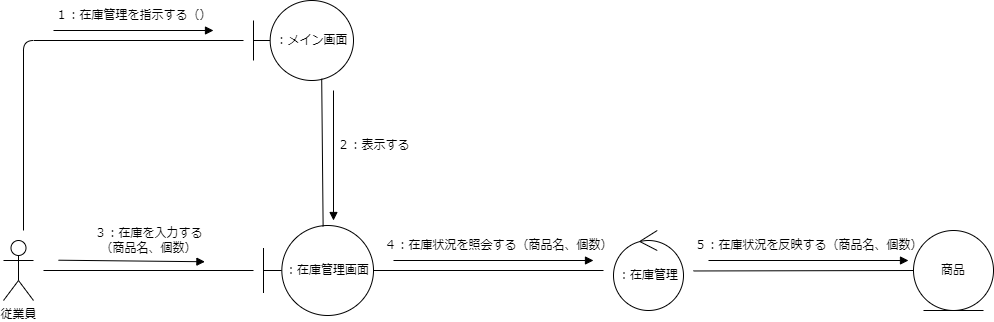
The draw.io diagram psp4/コミュニケーション図/コミュニケーション図_在庫管理.drawio.png in MasakiHiguchi/---, before a commit. Source tidied: cells renumbered, new cells last; positions are measured from the earlier drawing's top-left corner, leaving out a move shared by most shapes. Its diagram source:
```xml
<mxGraphModel>
  <root>
    <mxCell id="0" />
    <mxCell id="1" parent="0" />
    <mxCell id="2" style="edgeStyle=none;html=1;endArrow=none;endFill=0;" parent="1" edge="1">
      <mxGeometry relative="1" as="geometry">
        <mxPoint x="20" y="230" as="sourcePoint" />
        <mxPoint x="240" y="40" as="targetPoint" />
        <Array as="points">
          <mxPoint x="20" y="40" />
        </Array>
      </mxGeometry>
    </mxCell>
    <mxCell id="3" style="edgeStyle=none;html=1;endArrow=none;endFill=0;" parent="1" edge="1">
      <mxGeometry relative="1" as="geometry">
        <mxPoint x="40" y="270" as="sourcePoint" />
        <mxPoint x="250" y="270" as="targetPoint" />
      </mxGeometry>
    </mxCell>
    <mxCell id="4" value="従業員" style="shape=umlActor;verticalLabelPosition=bottom;verticalAlign=top;html=1;" parent="1" vertex="1">
      <mxGeometry y="240" width="30" height="60" as="geometry" />
    </mxCell>
    <mxCell id="5" value="：メイン画面" style="shape=umlBoundary;whiteSpace=wrap;html=1;" parent="1" vertex="1">
      <mxGeometry x="250" width="100" height="80" as="geometry" />
    </mxCell>
    <mxCell id="6" value="：在庫管理" style="ellipse;shape=umlControl;whiteSpace=wrap;html=1;" parent="1" vertex="1">
      <mxGeometry x="610" y="230" width="70" height="80" as="geometry" />
    </mxCell>
    <mxCell id="7" style="edgeStyle=none;html=1;exitX=0;exitY=0.5;exitDx=0;exitDy=0;endArrow=none;endFill=0;" parent="1" edge="1" source="8">
      <mxGeometry relative="1" as="geometry">
        <mxPoint x="690" y="270.5" as="targetPoint" />
      </mxGeometry>
    </mxCell>
    <mxCell id="8" value="商品" style="ellipse;shape=umlEntity;whiteSpace=wrap;html=1;" parent="1" vertex="1">
      <mxGeometry x="910" y="230" width="80" height="80" as="geometry" />
    </mxCell>
    <mxCell id="9" value="１：在庫管理を指示する（）" style="text;html=1;align=center;verticalAlign=middle;strokeColor=none;fillColor=none;" parent="1" vertex="1">
      <mxGeometry x="40" width="180" height="30" as="geometry" />
    </mxCell>
    <mxCell id="10" value="：在庫管理画面" style="shape=umlBoundary;whiteSpace=wrap;html=1;" parent="1" vertex="1">
      <mxGeometry x="260" y="225" width="110" height="90" as="geometry" />
    </mxCell>
    <mxCell id="11" style="edgeStyle=none;html=1;endArrow=none;endFill=0;exitX=0.682;exitY=0.977;exitDx=0;exitDy=0;exitPerimeter=0;entryX=0.542;entryY=0.012;entryDx=0;entryDy=0;entryPerimeter=0;" parent="1" edge="1" source="5" target="10">
      <mxGeometry relative="1" as="geometry" />
    </mxCell>
    <mxCell id="12" style="endArrow=block;html=1;endFill=1;" parent="1" edge="1">
      <mxGeometry relative="1" as="geometry">
        <mxPoint x="50" y="30" as="sourcePoint" />
        <mxPoint x="210" y="30" as="targetPoint" />
      </mxGeometry>
    </mxCell>
    <mxCell id="13" style="endArrow=block;html=1;endFill=1;" parent="1" edge="1">
      <mxGeometry relative="1" as="geometry">
        <mxPoint x="330" y="90" as="sourcePoint" />
        <mxPoint x="330" y="220" as="targetPoint" />
      </mxGeometry>
    </mxCell>
    <mxCell id="14" value="２：表示する" style="text;html=1;align=center;verticalAlign=middle;strokeColor=none;fillColor=none;" parent="1" vertex="1">
      <mxGeometry x="320" y="130" width="100" height="30" as="geometry" />
    </mxCell>
    <mxCell id="15" value="３：在庫を入力する&lt;br&gt;（商品名、個数）" style="text;html=1;align=center;verticalAlign=middle;points=[];strokeColor=none;fillColor=none;" parent="1" vertex="1">
      <mxGeometry x="80" y="220" width="130" height="40" as="geometry" />
    </mxCell>
    <mxCell id="16" style="endArrow=block;html=1;endFill=1;entryX=0.934;entryY=1.031;entryDx=0;entryDy=0;entryPerimeter=0;" parent="1" edge="1" target="15">
      <mxGeometry relative="1" as="geometry">
        <mxPoint x="55" y="259.7" as="sourcePoint" />
      </mxGeometry>
    </mxCell>
    <mxCell id="17" style="edgeStyle=none;html=1;endArrow=none;endFill=0;" parent="1" edge="1">
      <mxGeometry relative="1" as="geometry">
        <mxPoint x="370" y="270" as="sourcePoint" />
        <mxPoint x="600" y="270" as="targetPoint" />
      </mxGeometry>
    </mxCell>
    <mxCell id="18" style="endArrow=block;html=1;endFill=1;" parent="1" edge="1">
      <mxGeometry relative="1" as="geometry">
        <mxPoint x="390" y="260" as="sourcePoint" />
        <mxPoint x="590" y="260" as="targetPoint" />
      </mxGeometry>
    </mxCell>
    <mxCell id="19" value="４：在庫状況を照会する（商品名、個数）" style="text;html=1;align=center;verticalAlign=middle;strokeColor=none;fillColor=none;" parent="1" vertex="1">
      <mxGeometry x="370" y="230" width="250" height="30" as="geometry" />
    </mxCell>
    <mxCell id="20" value="５：在庫状況を反映する（商品名、個数）" style="text;html=1;align=center;verticalAlign=middle;strokeColor=none;fillColor=none;" parent="1" vertex="1">
      <mxGeometry x="680" y="230" width="250" height="30" as="geometry" />
    </mxCell>
    <mxCell id="21" style="endArrow=block;html=1;endFill=1;" parent="1" edge="1">
      <mxGeometry relative="1" as="geometry">
        <mxPoint x="705" y="260" as="sourcePoint" />
        <mxPoint x="905" y="260" as="targetPoint" />
      </mxGeometry>
    </mxCell>
  </root>
</mxGraphModel>
```
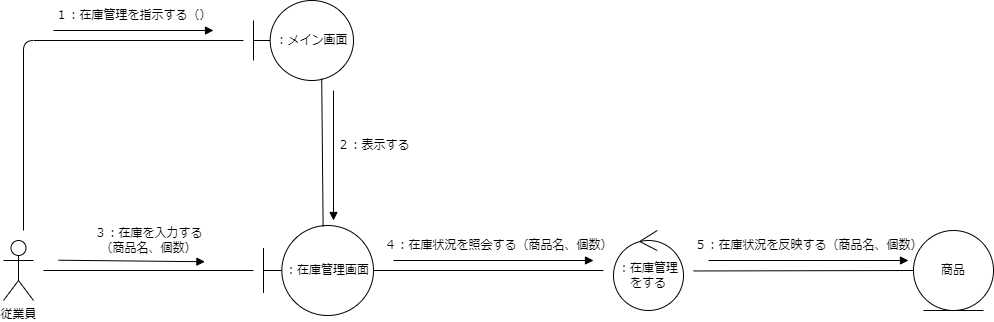
After the change.

Change to the diagram source:
```diff
@@ -23,7 +23,7 @@
     <mxCell id="5" value="：メイン画面" style="shape=umlBoundary;whiteSpace=wrap;html=1;" parent="1" vertex="1">
       <mxGeometry x="250" width="100" height="80" as="geometry" />
     </mxCell>
-    <mxCell id="6" value="：在庫管理" style="ellipse;shape=umlControl;whiteSpace=wrap;html=1;" parent="1" vertex="1">
+    <mxCell id="6" value="：在庫管理をする" style="ellipse;shape=umlControl;whiteSpace=wrap;html=1;" parent="1" vertex="1">
       <mxGeometry x="610" y="230" width="70" height="80" as="geometry" />
     </mxCell>
     <mxCell id="7" style="edgeStyle=none;html=1;exitX=0;exitY=0.5;exitDx=0;exitDy=0;endArrow=none;endFill=0;" parent="1" edge="1" source="8">
```
